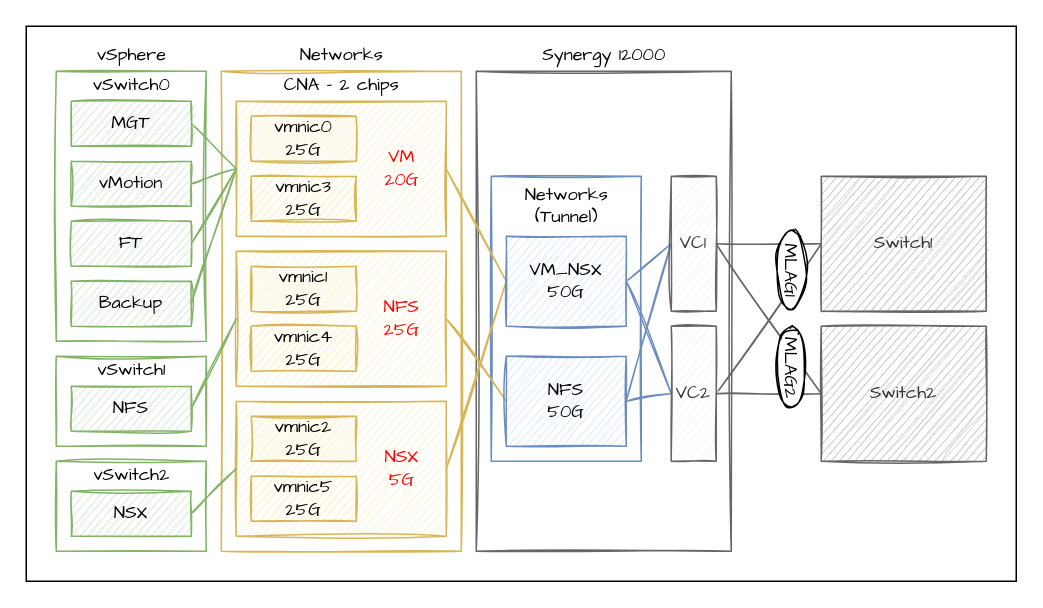
headisnotsmall/draw.io keeps this draw.io diagram as Topology.drawio. Above is the earlier version. Source tidied: cells renumbered, new cells numbered last; positions are measured from the earlier drawing's top-left corner, leaving out a move shared by most shapes. Both pictures are drawn from the tidied source at 150%, with x=0, y=0 at pixel (26, 26).
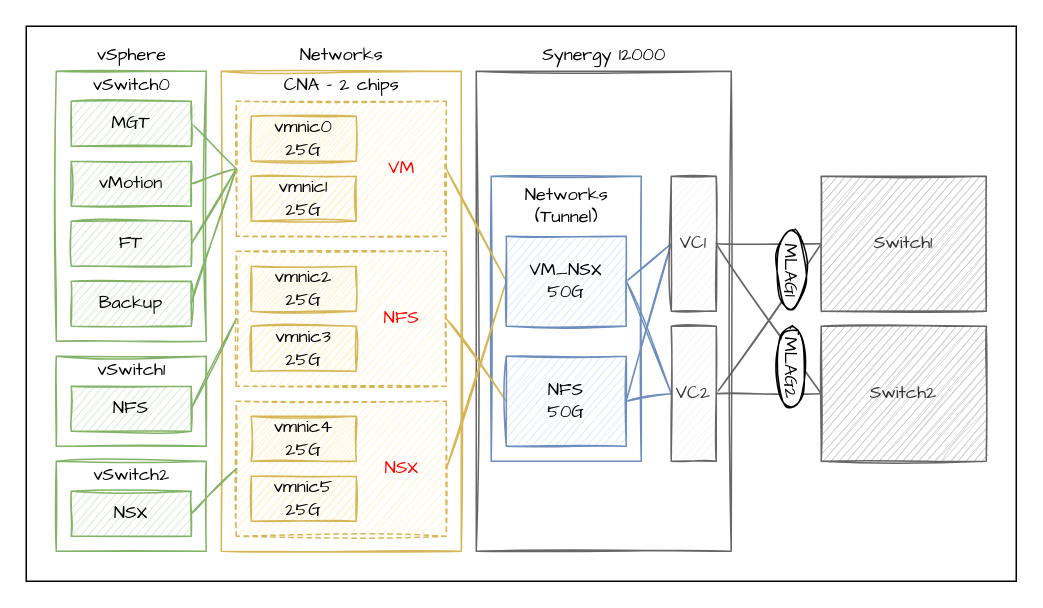
The same diagram, later.

The edit, as a diff of the source:
```diff
@@
-    <mxCell id="8" value="&lt;blockquote&gt;&lt;br&gt;&lt;/blockquote&gt;" style="rounded=0;whiteSpace=wrap;html=1;fillColor=#fff2cc;strokeColor=#d6b656;sketch=1;align=center;fontFamily=Comic Sans MS;" parent="1" vertex="1">
+    <mxCell id="8" value="&lt;blockquote&gt;&lt;br&gt;&lt;/blockquote&gt;" style="rounded=0;whiteSpace=wrap;html=1;fillColor=#fff2cc;strokeColor=#d6b656;sketch=1;align=center;fontFamily=Comic Sans MS;dashed=1;" parent="1" vertex="1">
       <mxGeometry x="140" y="50" width="140" height="90" as="geometry" />
     </mxCell>
@@
-    <mxCell id="10" value="&lt;div&gt;&lt;br&gt;&lt;/div&gt;&lt;div&gt;&lt;br&gt;&lt;/div&gt;" style="rounded=0;whiteSpace=wrap;html=1;fillColor=#fff2cc;strokeColor=#d6b656;sketch=1;fontFamily=Comic Sans MS;" parent="1" vertex="1">
+    <mxCell id="10" value="&lt;div&gt;&lt;br&gt;&lt;/div&gt;&lt;div&gt;&lt;br&gt;&lt;/div&gt;" style="rounded=0;whiteSpace=wrap;html=1;fillColor=#fff2cc;strokeColor=#d6b656;sketch=1;fontFamily=Comic Sans MS;dashed=1;" parent="1" vertex="1">
       <mxGeometry x="140" y="150" width="140" height="90" as="geometry" />
     </mxCell>
@@
-    <mxCell id="12" style="rounded=0;whiteSpace=wrap;html=1;fillColor=#fff2cc;strokeColor=#d6b656;sketch=1;fontFamily=Comic Sans MS;" parent="1" vertex="1">
+    <mxCell id="12" style="rounded=0;whiteSpace=wrap;html=1;fillColor=#fff2cc;strokeColor=#d6b656;sketch=1;fontFamily=Comic Sans MS;dashed=1;" parent="1" vertex="1">
       <mxGeometry x="140" y="250" width="140" height="90" as="geometry" />
     </mxCell>
@@
-    <mxCell id="45" value="&lt;div&gt;VM&lt;/div&gt;&lt;div&gt;20G&lt;/div&gt;" style="text;html=1;align=center;verticalAlign=middle;strokeColor=none;fillColor=none;sketch=1;fontFamily=Comic Sans MS;fontColor=#FF0000;" parent="1" vertex="1">
-      <mxGeometry x="230" y="80" width="40" height="30" as="geometry" />
+    <mxCell id="45" value="&lt;div&gt;VM&lt;/div&gt;" style="text;html=1;align=center;verticalAlign=middle;strokeColor=none;fillColor=none;sketch=1;fontFamily=Comic Sans MS;fontColor=#FF0000;" parent="1" vertex="1">
+      <mxGeometry x="235" y="85" width="30" height="20" as="geometry" />
     </mxCell>
-    <mxCell id="46" value="&lt;div&gt;NFS&lt;br&gt;&lt;/div&gt;&lt;div&gt;25G&lt;/div&gt;" style="text;html=1;align=center;verticalAlign=middle;strokeColor=none;fillColor=none;sketch=1;fontFamily=Comic Sans MS;fontColor=#FF0000;" parent="1" vertex="1">
-      <mxGeometry x="230" y="180" width="40" height="30" as="geometry" />
+    <mxCell id="46" value="&lt;div&gt;NFS&lt;br&gt;&lt;/div&gt;" style="text;html=1;align=center;verticalAlign=middle;strokeColor=none;fillColor=none;sketch=1;fontFamily=Comic Sans MS;fontColor=#FF0000;" parent="1" vertex="1">
+      <mxGeometry x="230" y="185" width="40" height="20" as="geometry" />
     </mxCell>
-    <mxCell id="47" value="&lt;div&gt;NSX&lt;br&gt;&lt;/div&gt;&lt;div&gt;5G&lt;/div&gt;" style="text;html=1;align=center;verticalAlign=middle;strokeColor=none;fillColor=none;sketch=1;fontFamily=Comic Sans MS;fontColor=#FF0000;" parent="1" vertex="1">
-      <mxGeometry x="230" y="280" width="40" height="30" as="geometry" />
+    <mxCell id="47" value="&lt;div&gt;NSX&lt;br&gt;&lt;/div&gt;" style="text;html=1;align=center;verticalAlign=middle;strokeColor=none;fillColor=none;sketch=1;fontFamily=Comic Sans MS;fontColor=#FF0000;" parent="1" vertex="1">
+      <mxGeometry x="230" y="285" width="40" height="20" as="geometry" />
     </mxCell>
-    <mxCell id="48" value="&lt;div&gt;vmnic3&lt;/div&gt;25G" style="rounded=0;whiteSpace=wrap;html=1;fillColor=#fff2cc;strokeColor=#d6b656;sketch=1;fillStyle=hachure;fontFamily=Comic Sans MS;" parent="1" vertex="1">
+    <mxCell id="48" value="&lt;div&gt;vmnic1&lt;/div&gt;25G" style="rounded=0;whiteSpace=wrap;html=1;fillColor=#fff2cc;strokeColor=#d6b656;sketch=1;fillStyle=hachure;fontFamily=Comic Sans MS;" parent="1" vertex="1">
       <mxGeometry x="150" y="100" width="70" height="30" as="geometry" />
     </mxCell>
-    <mxCell id="49" value="&lt;div&gt;vmnic1&lt;/div&gt;&lt;div&gt;25G&lt;br&gt;&lt;/div&gt;" style="rounded=0;whiteSpace=wrap;html=1;fillColor=#fff2cc;strokeColor=#d6b656;sketch=1;fontFamily=Comic Sans MS;" parent="1" vertex="1">
+    <mxCell id="49" value="&lt;div&gt;vmnic2&lt;/div&gt;&lt;div&gt;25G&lt;br&gt;&lt;/div&gt;" style="rounded=0;whiteSpace=wrap;html=1;fillColor=#fff2cc;strokeColor=#d6b656;sketch=1;fontFamily=Comic Sans MS;" parent="1" vertex="1">
       <mxGeometry x="150" y="160" width="70" height="30" as="geometry" />
     </mxCell>
-    <mxCell id="50" value="&lt;div&gt;vmnic4&lt;/div&gt;25G" style="rounded=0;whiteSpace=wrap;html=1;fillColor=#fff2cc;strokeColor=#d6b656;sketch=1;fontFamily=Comic Sans MS;" parent="1" vertex="1">
+    <mxCell id="50" value="&lt;div&gt;vmnic3&lt;/div&gt;25G" style="rounded=0;whiteSpace=wrap;html=1;fillColor=#fff2cc;strokeColor=#d6b656;sketch=1;fontFamily=Comic Sans MS;" parent="1" vertex="1">
       <mxGeometry x="150" y="200" width="70" height="30" as="geometry" />
     </mxCell>
-    <mxCell id="51" value="&lt;div&gt;vmnic2&lt;/div&gt;25G" style="rounded=0;whiteSpace=wrap;html=1;fillColor=#fff2cc;strokeColor=#d6b656;sketch=1;fontFamily=Comic Sans MS;" parent="1" vertex="1">
+    <mxCell id="51" value="&lt;div&gt;vmnic4&lt;/div&gt;25G" style="rounded=0;whiteSpace=wrap;html=1;fillColor=#fff2cc;strokeColor=#d6b656;sketch=1;fontFamily=Comic Sans MS;" parent="1" vertex="1">
       <mxGeometry x="150" y="260" width="70" height="30" as="geometry" />
     </mxCell>
```
